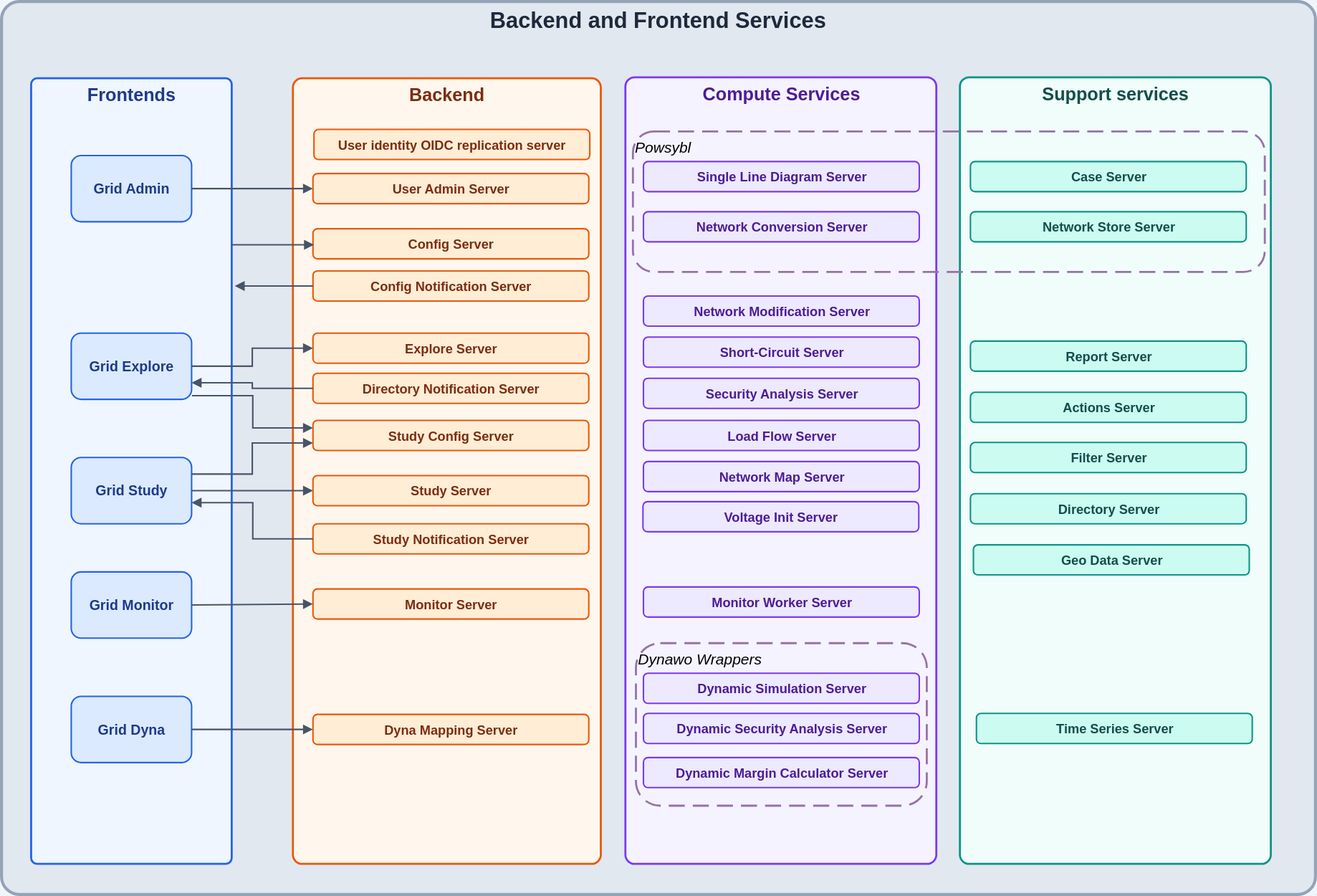
Above: diagrams/BackendFrontend.drawio.svg in gridsuite/documentation (draw.io), before the change. Source tidied: cells renumbered, new cells last; positions are measured from the earlier drawing's top-left corner, leaving out a move shared by most shapes.
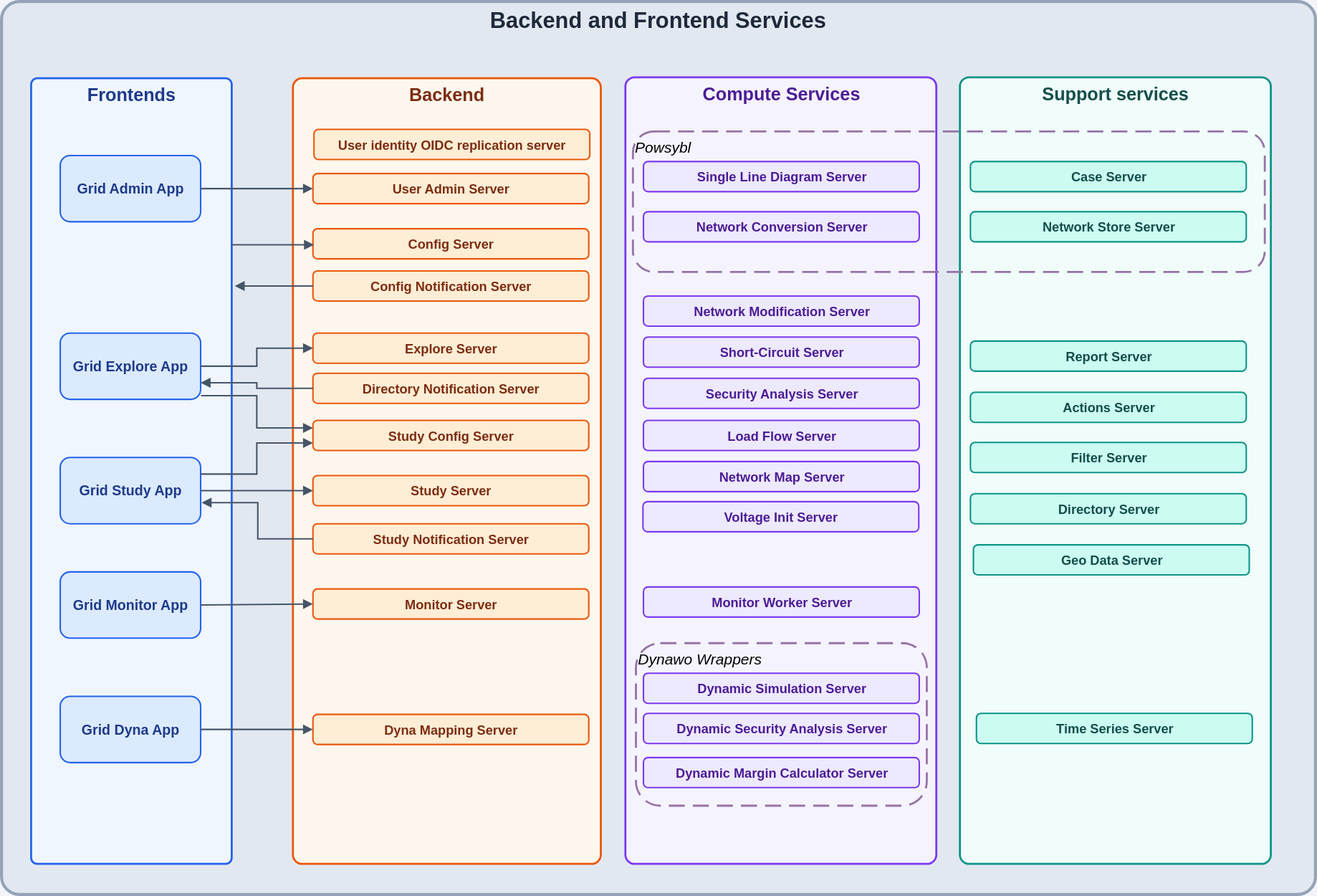
The same file after the commit.

Change to the diagram source:
```diff
@@ -23,20 +23,20 @@
     <mxCell id="8" value="Dynawo Wrappers" style="rounded=1;whiteSpace=wrap;html=1;align=left;verticalAlign=top;dashed=1;fillColor=none;strokeColor=#9673a6;strokeWidth=2;dashPattern=8 4;fontSize=15;fontStyle=2;" parent="1" vertex="1">
       <mxGeometry x="633" y="640" width="290" height="162" as="geometry" />
     </mxCell>
-    <mxCell id="9" value="Grid Admin" style="rounded=1;whiteSpace=wrap;html=1;fontSize=14;fontStyle=1;fillColor=#DBEAFE;strokeColor=#2563EB;strokeWidth=1.5;fontColor=#1E3A8A;" parent="1" vertex="1">
-      <mxGeometry x="70" y="154" width="120" height="66" as="geometry" />
+    <mxCell id="9" value="Grid Admin App" style="rounded=1;whiteSpace=wrap;html=1;fontSize=14;fontStyle=1;fillColor=#DBEAFE;strokeColor=#2563EB;strokeWidth=1.5;fontColor=#1E3A8A;" parent="1" vertex="1">
+      <mxGeometry x="59" y="154" width="140" height="66" as="geometry" />
     </mxCell>
-    <mxCell id="10" value="Grid Explore" style="rounded=1;whiteSpace=wrap;html=1;fontSize=14;fontStyle=1;fillColor=#DBEAFE;strokeColor=#2563EB;strokeWidth=1.5;fontColor=#1E3A8A;" parent="1" vertex="1">
-      <mxGeometry x="70" y="331" width="120" height="66" as="geometry" />
+    <mxCell id="10" value="Grid Explore App" style="rounded=1;whiteSpace=wrap;html=1;fontSize=14;fontStyle=1;fillColor=#DBEAFE;strokeColor=#2563EB;strokeWidth=1.5;fontColor=#1E3A8A;" parent="1" vertex="1">
+      <mxGeometry x="59" y="331" width="140" height="66" as="geometry" />
     </mxCell>
-    <mxCell id="11" value="Grid Study" style="rounded=1;whiteSpace=wrap;html=1;fontSize=14;fontStyle=1;fillColor=#DBEAFE;strokeColor=#2563EB;strokeWidth=1.5;fontColor=#1E3A8A;" parent="1" vertex="1">
-      <mxGeometry x="70" y="455" width="120" height="66" as="geometry" />
+    <mxCell id="11" value="Grid Study App" style="rounded=1;whiteSpace=wrap;html=1;fontSize=14;fontStyle=1;fillColor=#DBEAFE;strokeColor=#2563EB;strokeWidth=1.5;fontColor=#1E3A8A;" parent="1" vertex="1">
+      <mxGeometry x="59" y="455" width="140" height="66" as="geometry" />
     </mxCell>
-    <mxCell id="12" value="Grid Monitor" style="rounded=1;whiteSpace=wrap;html=1;fontSize=14;fontStyle=1;fillColor=#DBEAFE;strokeColor=#2563EB;strokeWidth=1.5;fontColor=#1E3A8A;" parent="1" vertex="1">
-      <mxGeometry x="70" y="569" width="120" height="66" as="geometry" />
+    <mxCell id="12" value="Grid Monitor App" style="rounded=1;whiteSpace=wrap;html=1;fontSize=14;fontStyle=1;fillColor=#DBEAFE;strokeColor=#2563EB;strokeWidth=1.5;fontColor=#1E3A8A;" parent="1" vertex="1">
+      <mxGeometry x="59" y="569" width="140" height="66" as="geometry" />
     </mxCell>
-    <mxCell id="13" value="Grid Dyna" style="rounded=1;whiteSpace=wrap;html=1;fontSize=14;fontStyle=1;fillColor=#DBEAFE;strokeColor=#2563EB;strokeWidth=1.5;fontColor=#1E3A8A;" parent="1" vertex="1">
-      <mxGeometry x="70" y="693" width="120" height="66" as="geometry" />
+    <mxCell id="13" value="Grid Dyna App" style="rounded=1;whiteSpace=wrap;html=1;fontSize=14;fontStyle=1;fillColor=#DBEAFE;strokeColor=#2563EB;strokeWidth=1.5;fontColor=#1E3A8A;" parent="1" vertex="1">
+      <mxGeometry x="59" y="693" width="140" height="66" as="geometry" />
     </mxCell>
     <mxCell id="14" value="User Admin Server" style="rounded=1;whiteSpace=wrap;html=1;fontSize=13;fontStyle=1;fillColor=#FFEDD5;strokeColor=#EA580C;strokeWidth=1.5;fontColor=#7C2D12;" parent="1" vertex="1">
       <mxGeometry x="311" y="172" width="275" height="30" as="geometry" />
@@ -156,7 +156,7 @@
     </mxCell>
     <mxCell id="51" style="rounded=0;html=1;startArrow=none;startFill=0;jettySize=auto;edgeStyle=elbowEdgeStyle;exitX=0;exitY=0.5;exitDx=0;exitDy=0;strokeColor=#475569;strokeWidth=1.5;endArrow=block;endFill=1;" parent="1" edge="1" source="21">
       <mxGeometry relative="1" as="geometry">
-        <mxPoint x="190" y="500" as="targetPoint" />
+        <mxPoint x="200" y="500" as="targetPoint" />
       </mxGeometry>
     </mxCell>
     <mxCell id="52" style="endArrow=block;endFill=1;html=1;rounded=0;entryX=0;entryY=0.5;entryDx=0;entryDy=0;exitX=1;exitY=0.5;exitDx=0;exitDy=0;edgeStyle=elbowEdgeStyle;strokeColor=#475569;strokeWidth=1.5;" parent="1" edge="1" source="11" target="20">
```
